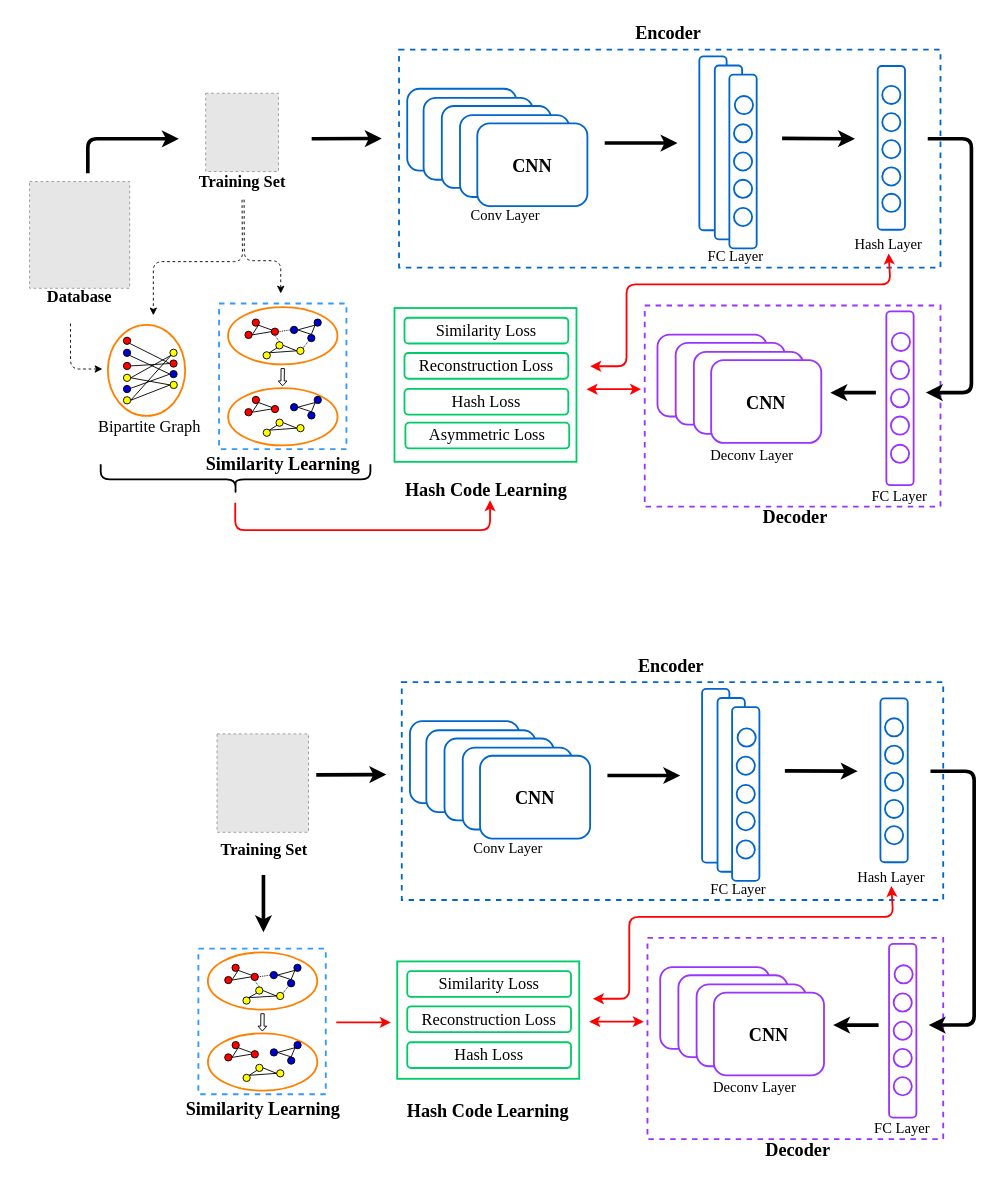
This is Untitled Diagram.drawio from pangxuanrong/DSH-NetWork, a draw.io file, before an edit. Source tidied: cells renumbered, new cells numbered last; positions are measured from the earlier drawing's top-left corner, leaving out a move shared by most shapes. Both pictures are drawn from the tidied source at 91%, with x=0, y=0 at pixel (15, 15). Pictures stored in the file or linked from it are replaced by grey dashed boxes.
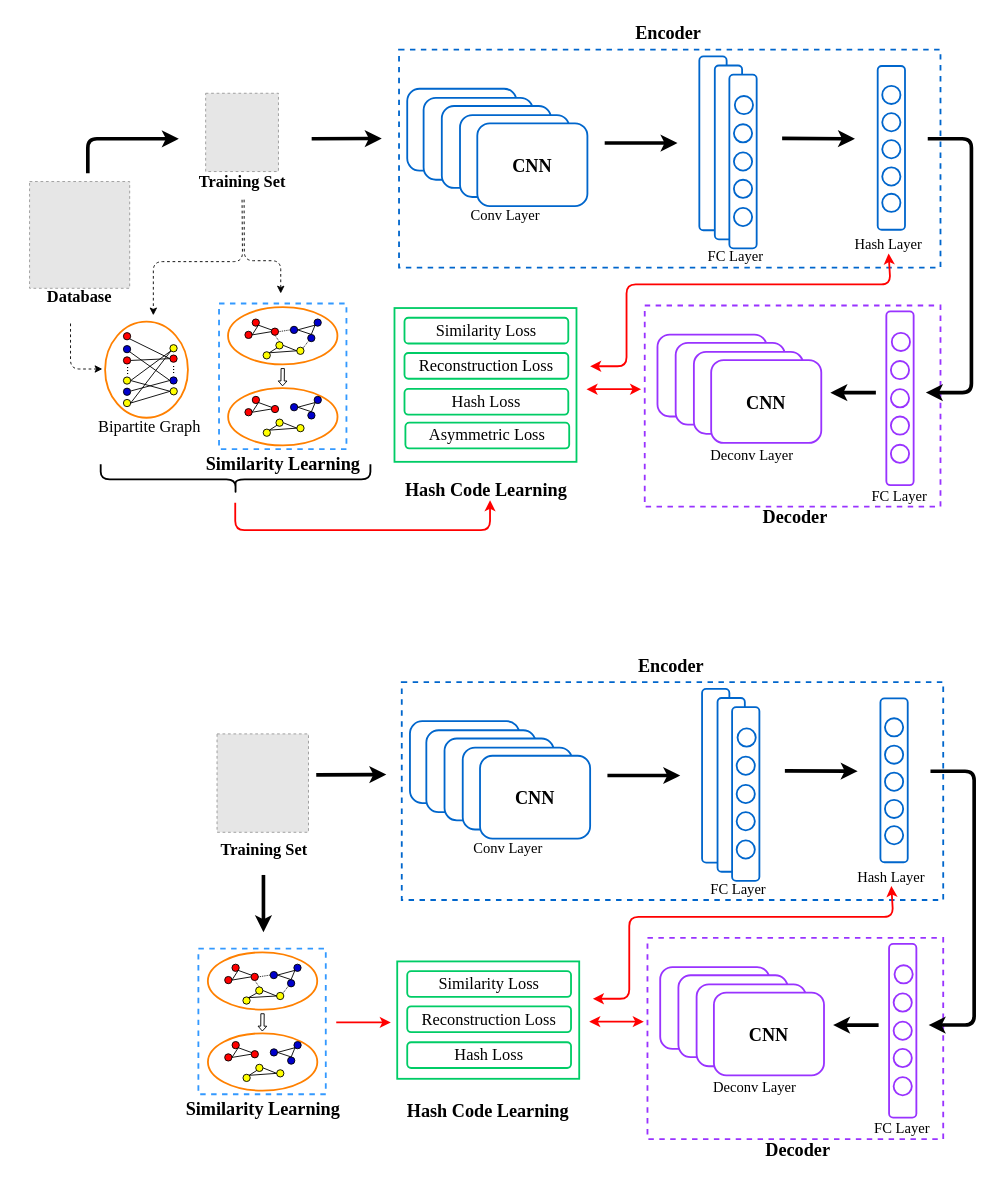
The same diagram, later.

Change to the diagram source:
```diff
@@
     <mxCell id="13" style="ellipse;whiteSpace=wrap;html=1;rounded=0;shadow=0;strokeWidth=1;fillColor=#FF0000;" parent="1" vertex="1">
-      <mxGeometry x="118.1" y="353" width="8" height="8" as="geometry" />
+      <mxGeometry x="118.1" y="348" width="8" height="8" as="geometry" />
     </mxCell>
     <mxCell id="14" style="ellipse;whiteSpace=wrap;html=1;rounded=0;shadow=0;strokeWidth=1;fillColor=#0000CC;" parent="1" vertex="1">
-      <mxGeometry x="118.1" y="366.2" width="8" height="8" as="geometry" />
+      <mxGeometry x="118.1" y="362.2" width="8" height="8" as="geometry" />
     </mxCell>
     <mxCell id="15" style="ellipse;whiteSpace=wrap;html=1;rounded=0;shadow=0;strokeWidth=1;fillColor=#FF0000;" parent="1" vertex="1">
-      <mxGeometry x="118.1" y="380.6" width="8" height="8" as="geometry" />
+      <mxGeometry x="118.1" y="374.6" width="8" height="8" as="geometry" />
     </mxCell>
     <mxCell id="16" style="ellipse;whiteSpace=wrap;html=1;rounded=0;shadow=0;strokeWidth=1;fillColor=#FFFF00;" parent="1" vertex="1">
-      <mxGeometry x="118.1" y="393.7" width="8" height="8" as="geometry" />
+      <mxGeometry x="118.1" y="396.7" width="8" height="8" as="geometry" />
     </mxCell>
     <mxCell id="17" style="ellipse;whiteSpace=wrap;html=1;rounded=0;shadow=0;strokeWidth=1;fillColor=#FF0000;" parent="1" vertex="1">
-      <mxGeometry x="169.2" y="378" width="8" height="8" as="geometry" />
+      <mxGeometry x="169.2" y="372.6" width="8" height="8" as="geometry" />
     </mxCell>
     <mxCell id="18" style="ellipse;whiteSpace=wrap;html=1;rounded=0;shadow=0;strokeWidth=1;fillColor=#FFFF00;" parent="1" vertex="1">
-      <mxGeometry x="169.2" y="366.2" width="8" height="8" as="geometry" />
+      <mxGeometry x="169.2" y="361.2" width="8" height="8" as="geometry" />
     </mxCell>
@@
-    <mxCell id="21" style="endArrow=none;html=1;strokeWidth=1;exitX=1.032;exitY=0.377;exitDx=0;exitDy=0;exitPerimeter=0;entryX=0;entryY=0.5;entryDx=0;entryDy=0;" parent="1" edge="1" target="17">
-      <mxGeometry relative="1" as="geometry">
-        <mxPoint x="126.4" y="384.6" as="sourcePoint" />
-      </mxGeometry>
+    <mxCell id="21" style="endArrow=none;html=1;strokeWidth=1;entryX=0;entryY=0.5;entryDx=0;entryDy=0;exitX=1;exitY=0.5;exitDx=0;exitDy=0;" parent="1" edge="1" source="15" target="17">
+      <mxGeometry relative="1" as="geometry" />
     </mxCell>
     <mxCell id="22" style="ellipse;whiteSpace=wrap;html=1;rounded=0;shadow=0;strokeWidth=1;fillColor=#0000CC;" parent="1" vertex="1">
-      <mxGeometry x="169.2" y="389.6" width="8" height="8" as="geometry" />
+      <mxGeometry x="169.2" y="396.6" width="8" height="8" as="geometry" />
     </mxCell>
@@
     <mxCell id="24" style="ellipse;whiteSpace=wrap;html=1;rounded=0;shadow=0;strokeWidth=1;fillColor=#0000CC;" parent="1" vertex="1">
-      <mxGeometry x="118.1" y="406" width="8" height="8" as="geometry" />
+      <mxGeometry x="118.1" y="409" width="8" height="8" as="geometry" />
     </mxCell>
@@
     <mxCell id="26" style="ellipse;whiteSpace=wrap;html=1;rounded=0;shadow=0;strokeWidth=1;fillColor=#FFFF00;" parent="1" vertex="1">
-      <mxGeometry x="169.4" y="401.5" width="8" height="8" as="geometry" />
+      <mxGeometry x="169.4" y="408.5" width="8" height="8" as="geometry" />
     </mxCell>
@@
     <mxCell id="28" style="ellipse;whiteSpace=wrap;html=1;rounded=0;shadow=0;strokeWidth=1;fillColor=#FFFF00;" parent="1" vertex="1">
-      <mxGeometry x="118.1" y="418.4" width="8" height="8" as="geometry" />
+      <mxGeometry x="118.1" y="421.4" width="8" height="8" as="geometry" />
     </mxCell>
@@
     <mxCell id="31" style="ellipse;whiteSpace=wrap;html=1;strokeColor=#FF8000;fillColor=none;strokeWidth=2;" parent="1" vertex="1">
-      <mxGeometry x="101" y="339.5" width="85" height="100" as="geometry" />
+      <mxGeometry x="98" y="336" width="91" height="105.6" as="geometry" />
     </mxCell>
@@
+    <mxCell id="241" value="..." style="text;html=1;align=center;verticalAlign=middle;rotation=90;" parent="1" vertex="1">
+      <mxGeometry x="117" y="380.7" width="20" height="18" as="geometry" />
+    </mxCell>
+    <mxCell id="242" value="..." style="text;html=1;align=center;verticalAlign=middle;rotation=90;" parent="1" vertex="1">
+      <mxGeometry x="168" y="379.6" width="20" height="18" as="geometry" />
+    </mxCell>
```
